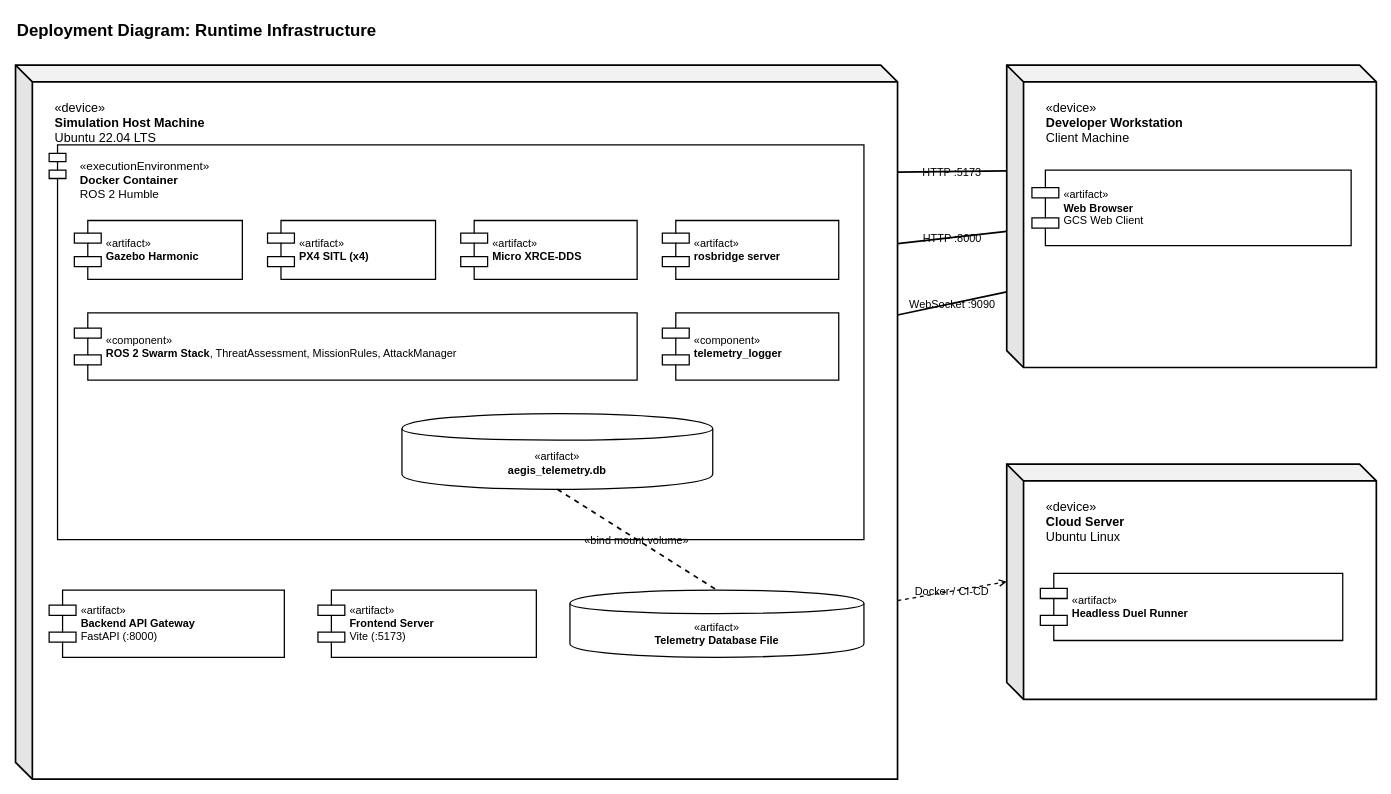
This is 15_deployment_diagram.drawio from sjd-1214/diagrams, a draw.io file, before an edit. Source tidied: cells renumbered, new cells numbered last; positions are measured from the earlier drawing's top-left corner, leaving out a move shared by most shapes. Both pictures are drawn from the tidied source at 84%, with x=0, y=0 at pixel (15, 14).
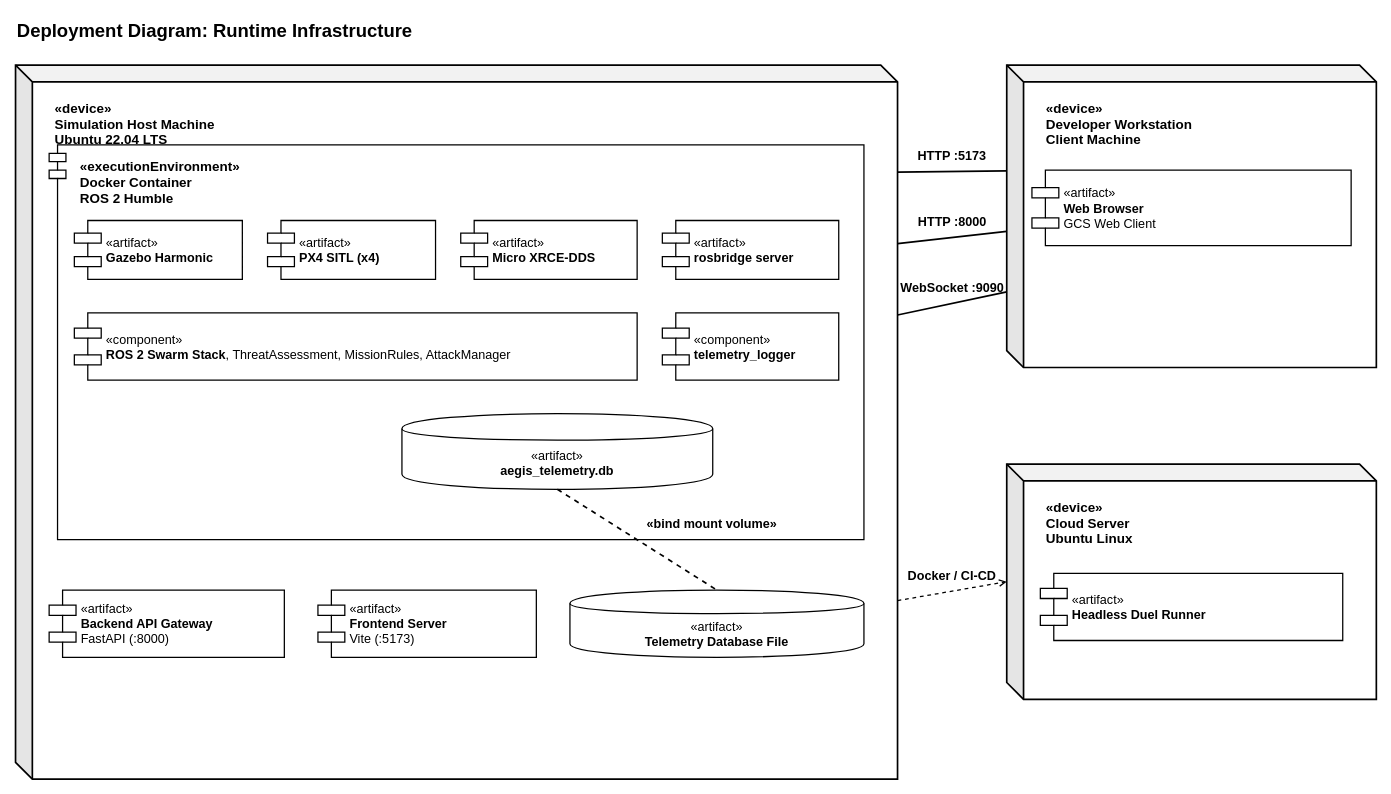
Above is the later version.

The edit, as a diff of the source:
```diff
@@
-    <mxCell id="2" value="&lt;b&gt;Deployment Diagram: Runtime Infrastructure&lt;/b&gt;" style="text;html=1;fontFamily=Helvetica;fontColor=#000000;fontSize=20;fontStyle=1;fillColor=none;" parent="1" vertex="1">
+    <mxCell id="2" value="&lt;b&gt;Deployment Diagram: Runtime Infrastructure&lt;/b&gt;" style="text;html=1;fontFamily=Helvetica;fontColor=#000000;fontSize=22;fontStyle=1;fillColor=none;" parent="1" vertex="1">
       <mxGeometry width="1400" height="35" as="geometry" />
     </mxCell>
-    <mxCell id="3" value="«device»&lt;br&gt;&lt;b&gt;Simulation Host Machine&lt;/b&gt;&lt;br&gt;Ubuntu 22.04 LTS" style="shape=cube;whiteSpace=wrap;html=1;boundedLbl=1;backgroundOutline=1;darkOpacity=0.05;darkOpacity2=0.1;size=20;fillColor=none;strokeColor=#000000;strokeWidth=2;align=left;spacingLeft=25;verticalAlign=top;spacingTop=15;fontSize=15;fontFamily=Helvetica;fontColor=#000000;" parent="1" vertex="1">
+    <mxCell id="3" value="«device»&lt;br&gt;&lt;b&gt;Simulation Host Machine&lt;/b&gt;&lt;br&gt;Ubuntu 22.04 LTS" style="shape=cube;whiteSpace=wrap;html=1;boundedLbl=1;backgroundOutline=1;darkOpacity=0.05;darkOpacity2=0.1;size=20;fillColor=none;strokeColor=#000000;strokeWidth=2;align=left;spacingLeft=25;verticalAlign=top;spacingTop=15;fontSize=16;fontFamily=Helvetica;fontColor=#000000;fontStyle=1;" parent="1" vertex="1">
       <mxGeometry y="60" width="1050" height="850" as="geometry" />
     </mxCell>
-    <mxCell id="4" value="«executionEnvironment»&lt;br&gt;&lt;b&gt;Docker Container&lt;/b&gt;&lt;br&gt;ROS 2 Humble" style="shape=module;align=left;spacingLeft=35;html=1;whiteSpace=wrap;fillColor=none;strokeColor=#000000;strokeWidth=1.5;verticalAlign=top;spacingTop=10;fontSize=14;fontFamily=Helvetica;fontColor=#000000;" parent="1" vertex="1">
+    <mxCell id="4" value="«executionEnvironment»&lt;br&gt;&lt;b&gt;Docker Container&lt;/b&gt;&lt;br&gt;ROS 2 Humble" style="shape=module;align=left;spacingLeft=35;html=1;whiteSpace=wrap;fillColor=none;strokeColor=#000000;strokeWidth=1.5;verticalAlign=top;spacingTop=10;fontSize=16;fontFamily=Helvetica;fontColor=#000000;fontStyle=1;" parent="1" vertex="1">
       <mxGeometry x="40" y="155" width="970" height="470" as="geometry" />
     </mxCell>
-    <mxCell id="5" value="«artifact»&lt;br&gt;&lt;b&gt;Gazebo Harmonic&lt;/b&gt;" style="shape=component;align=left;spacingLeft=36;html=1;fillColor=none;strokeColor=#000000;strokeWidth=1.5;fontSize=13;fontFamily=Helvetica;fontColor=#000000;" parent="1" vertex="1">
+    <mxCell id="5" value="«artifact»&lt;br&gt;&lt;b&gt;Gazebo Harmonic&lt;/b&gt;" style="shape=component;align=left;spacingLeft=36;html=1;fillColor=none;strokeColor=#000000;strokeWidth=1.5;fontSize=15;fontFamily=Helvetica;fontColor=#000000;" parent="1" vertex="1">
       <mxGeometry x="70" y="245" width="200" height="70" as="geometry" />
     </mxCell>
-    <mxCell id="6" value="«artifact»&lt;br&gt;&lt;b&gt;PX4 SITL (x4)&lt;/b&gt;" style="shape=component;align=left;spacingLeft=36;html=1;fillColor=none;strokeColor=#000000;strokeWidth=1.5;fontSize=13;fontFamily=Helvetica;fontColor=#000000;" parent="1" vertex="1">
+    <mxCell id="6" value="«artifact»&lt;br&gt;&lt;b&gt;PX4 SITL (x4)&lt;/b&gt;" style="shape=component;align=left;spacingLeft=36;html=1;fillColor=none;strokeColor=#000000;strokeWidth=1.5;fontSize=15;fontFamily=Helvetica;fontColor=#000000;" parent="1" vertex="1">
       <mxGeometry x="300" y="245" width="200" height="70" as="geometry" />
     </mxCell>
-    <mxCell id="7" value="«artifact»&lt;br&gt;&lt;b&gt;Micro XRCE-DDS&lt;/b&gt;" style="shape=component;align=left;spacingLeft=36;html=1;fillColor=none;strokeColor=#000000;strokeWidth=1.5;fontSize=13;fontFamily=Helvetica;fontColor=#000000;" parent="1" vertex="1">
+    <mxCell id="7" value="«artifact»&lt;br&gt;&lt;b&gt;Micro XRCE-DDS&lt;/b&gt;" style="shape=component;align=left;spacingLeft=36;html=1;fillColor=none;strokeColor=#000000;strokeWidth=1.5;fontSize=15;fontFamily=Helvetica;fontColor=#000000;" parent="1" vertex="1">
       <mxGeometry x="530" y="245" width="210" height="70" as="geometry" />
     </mxCell>
-    <mxCell id="8" value="«artifact»&lt;br&gt;&lt;b&gt;rosbridge server&lt;/b&gt;" style="shape=component;align=left;spacingLeft=36;html=1;fillColor=none;strokeColor=#000000;strokeWidth=1.5;fontSize=13;fontFamily=Helvetica;fontColor=#000000;" parent="1" vertex="1">
+    <mxCell id="8" value="«artifact»&lt;br&gt;&lt;b&gt;rosbridge server&lt;/b&gt;" style="shape=component;align=left;spacingLeft=36;html=1;fillColor=none;strokeColor=#000000;strokeWidth=1.5;fontSize=15;fontFamily=Helvetica;fontColor=#000000;" parent="1" vertex="1">
       <mxGeometry x="770" y="245" width="210" height="70" as="geometry" />
     </mxCell>
-    <mxCell id="9" value="«component»&lt;br&gt;&lt;b&gt;ROS 2 Swarm Stack&lt;/b&gt;, ThreatAssessment, MissionRules, AttackManager" style="shape=component;align=left;spacingLeft=36;html=1;fillColor=none;strokeColor=#000000;strokeWidth=1.5;fontSize=13;fontFamily=Helvetica;fontColor=#000000;" parent="1" vertex="1">
+    <mxCell id="9" value="«component»&lt;br&gt;&lt;b&gt;ROS 2 Swarm Stack&lt;/b&gt;, ThreatAssessment, MissionRules, AttackManager" style="shape=component;align=left;spacingLeft=36;html=1;fillColor=none;strokeColor=#000000;strokeWidth=1.5;fontSize=15;fontFamily=Helvetica;fontColor=#000000;" parent="1" vertex="1">
       <mxGeometry x="70" y="355" width="670" height="80" as="geometry" />
     </mxCell>
-    <mxCell id="10" value="«component»&lt;br&gt;&lt;b&gt;telemetry_logger&lt;/b&gt;" style="shape=component;align=left;spacingLeft=36;html=1;fillColor=none;strokeColor=#000000;strokeWidth=1.5;fontSize=13;fontFamily=Helvetica;fontColor=#000000;" parent="1" vertex="1">
+    <mxCell id="10" value="«component»&lt;br&gt;&lt;b&gt;telemetry_logger&lt;/b&gt;" style="shape=component;align=left;spacingLeft=36;html=1;fillColor=none;strokeColor=#000000;strokeWidth=1.5;fontSize=15;fontFamily=Helvetica;fontColor=#000000;" parent="1" vertex="1">
       <mxGeometry x="770" y="355" width="210" height="80" as="geometry" />
     </mxCell>
-    <mxCell id="11" value="«artifact»&lt;br&gt;&lt;b&gt;aegis_telemetry.db&lt;/b&gt;" style="shape=cylinder;whiteSpace=wrap;html=1;boundedLbl=1;backgroundOutline=1;fillColor=none;strokeColor=#000000;strokeWidth=1.5;fontSize=13;fontFamily=Helvetica;fontColor=#000000;" parent="1" vertex="1">
+    <mxCell id="11" value="«artifact»&lt;br&gt;&lt;b&gt;aegis_telemetry.db&lt;/b&gt;" style="shape=cylinder;whiteSpace=wrap;html=1;boundedLbl=1;backgroundOutline=1;fillColor=none;strokeColor=#000000;strokeWidth=1.5;fontSize=15;fontFamily=Helvetica;fontColor=#000000;" parent="1" vertex="1">
       <mxGeometry x="460" y="475" width="370" height="90" as="geometry" />
     </mxCell>
-    <mxCell id="12" value="«artifact»&lt;br&gt;&lt;b&gt;Backend API Gateway&lt;/b&gt;&lt;br&gt;FastAPI (:8000)" style="shape=component;align=left;spacingLeft=36;html=1;fillColor=none;strokeColor=#000000;strokeWidth=1.5;fontSize=13;fontFamily=Helvetica;fontColor=#000000;" parent="1" vertex="1">
+    <mxCell id="12" value="«artifact»&lt;br&gt;&lt;b&gt;Backend API Gateway&lt;/b&gt;&lt;br&gt;FastAPI (:8000)" style="shape=component;align=left;spacingLeft=36;html=1;fillColor=none;strokeColor=#000000;strokeWidth=1.5;fontSize=15;fontFamily=Helvetica;fontColor=#000000;" parent="1" vertex="1">
       <mxGeometry x="40" y="685" width="280" height="80" as="geometry" />
     </mxCell>
-    <mxCell id="13" value="«artifact»&lt;br&gt;&lt;b&gt;Frontend Server&lt;/b&gt;&lt;br&gt;Vite (:5173)" style="shape=component;align=left;spacingLeft=36;html=1;fillColor=none;strokeColor=#000000;strokeWidth=1.5;fontSize=13;fontFamily=Helvetica;fontColor=#000000;" parent="1" vertex="1">
+    <mxCell id="13" value="«artifact»&lt;br&gt;&lt;b&gt;Frontend Server&lt;/b&gt;&lt;br&gt;Vite (:5173)" style="shape=component;align=left;spacingLeft=36;html=1;fillColor=none;strokeColor=#000000;strokeWidth=1.5;fontSize=15;fontFamily=Helvetica;fontColor=#000000;" parent="1" vertex="1">
       <mxGeometry x="360" y="685" width="260" height="80" as="geometry" />
     </mxCell>
-    <mxCell id="14" value="«artifact»&lt;br&gt;&lt;b&gt;Telemetry Database File&lt;/b&gt;" style="shape=cylinder;whiteSpace=wrap;html=1;boundedLbl=1;backgroundOutline=1;fillColor=none;strokeColor=#000000;strokeWidth=1.5;fontSize=13;fontFamily=Helvetica;fontColor=#000000;" parent="1" vertex="1">
+    <mxCell id="14" value="«artifact»&lt;br&gt;&lt;b&gt;Telemetry Database File&lt;/b&gt;" style="shape=cylinder;whiteSpace=wrap;html=1;boundedLbl=1;backgroundOutline=1;fillColor=none;strokeColor=#000000;strokeWidth=1.5;fontSize=15;fontFamily=Helvetica;fontColor=#000000;" parent="1" vertex="1">
       <mxGeometry x="660" y="685" width="350" height="80" as="geometry" />
     </mxCell>
-    <mxCell id="15" value="«bind mount volume»" style="dashed=1;endArrow=none;strokeColor=#000000;strokeWidth=2;fontSize=13;fontFamily=Helvetica;fontColor=#000000;exitX=0.5;exitY=1;entryX=0.5;entryY=0;labelBackgroundColor=none;" parent="1" edge="1" source="11" target="14">
+    <mxCell id="15" value="«bind mount volume»" style="dashed=1;endArrow=none;strokeColor=#000000;strokeWidth=2;fontSize=15;fontFamily=Helvetica;fontColor=#000000;exitX=0.5;exitY=1;entryX=0.5;entryY=0;labelBackgroundColor=none;align=left;labelPosition=right;spacingLeft=10;verticalAlign=bottom;fontStyle=1;spacingBottom=8;spacingRight=10;" parent="1" edge="1" source="11" target="14">
       <mxGeometry relative="1" as="geometry" />
     </mxCell>
-    <mxCell id="16" value="«device»&lt;br&gt;&lt;b&gt;Developer Workstation&lt;/b&gt;&lt;br&gt;Client Machine" style="shape=cube;whiteSpace=wrap;html=1;boundedLbl=1;backgroundOutline=1;darkOpacity=0.05;darkOpacity2=0.1;size=20;fillColor=none;strokeColor=#000000;strokeWidth=2;align=left;spacingLeft=25;verticalAlign=top;spacingTop=15;fontSize=15;fontFamily=Helvetica;fontColor=#000000;" parent="1" vertex="1">
+    <mxCell id="16" value="«device»&lt;br&gt;&lt;b&gt;Developer Workstation&lt;/b&gt;&lt;br&gt;Client Machine" style="shape=cube;whiteSpace=wrap;html=1;boundedLbl=1;backgroundOutline=1;darkOpacity=0.05;darkOpacity2=0.1;size=20;fillColor=none;strokeColor=#000000;strokeWidth=2;align=left;spacingLeft=25;verticalAlign=top;spacingTop=15;fontSize=16;fontFamily=Helvetica;fontColor=#000000;fontStyle=1;" parent="1" vertex="1">
       <mxGeometry x="1180" y="60" width="440" height="360" as="geometry" />
     </mxCell>
-    <mxCell id="17" value="«artifact»&lt;br&gt;&lt;b&gt;Web Browser&lt;/b&gt;&lt;br&gt;GCS Web Client" style="shape=component;align=left;spacingLeft=36;html=1;fillColor=none;strokeColor=#000000;strokeWidth=1.5;fontSize=13;fontFamily=Helvetica;fontColor=#000000;" parent="1" vertex="1">
+    <mxCell id="17" value="«artifact»&lt;br&gt;&lt;b&gt;Web Browser&lt;/b&gt;&lt;br&gt;GCS Web Client" style="shape=component;align=left;spacingLeft=36;html=1;fillColor=none;strokeColor=#000000;strokeWidth=1.5;fontSize=15;fontFamily=Helvetica;fontColor=#000000;" parent="1" vertex="1">
       <mxGeometry x="1210" y="185" width="380" height="90" as="geometry" />
     </mxCell>
-    <mxCell id="18" value="HTTP :5173" style="endArrow=none;strokeColor=#000000;strokeWidth=2;fontSize=13;fontFamily=Helvetica;fontColor=#000000;exitX=0;exitY=0.35;entryX=1;entryY=0.15;labelBackgroundColor=none;" parent="1" edge="1" source="16" target="3">
+    <mxCell id="18" value="HTTP :5173" style="endArrow=none;strokeColor=#000000;strokeWidth=2;fontSize=15;fontFamily=Helvetica;fontColor=#000000;exitX=0;exitY=0.35;entryX=1;entryY=0.15;labelBackgroundColor=none;verticalAlign=bottom;spacingBottom=8;spacingLeft=10;spacingRight=10;fontStyle=1;" parent="1" edge="1" source="16" target="3">
       <mxGeometry relative="1" as="geometry" />
     </mxCell>
-    <mxCell id="19" value="HTTP :8000" style="endArrow=none;strokeColor=#000000;strokeWidth=2;fontSize=13;fontFamily=Helvetica;fontColor=#000000;exitX=0;exitY=0.55;entryX=1;entryY=0.25;labelBackgroundColor=none;" parent="1" edge="1" source="16" target="3">
+    <mxCell id="19" value="HTTP :8000" style="endArrow=none;strokeColor=#000000;strokeWidth=2;fontSize=15;fontFamily=Helvetica;fontColor=#000000;exitX=0;exitY=0.55;entryX=1;entryY=0.25;labelBackgroundColor=none;verticalAlign=bottom;spacingBottom=8;spacingLeft=10;spacingRight=10;fontStyle=1;" parent="1" edge="1" source="16" target="3">
       <mxGeometry relative="1" as="geometry" />
     </mxCell>
-    <mxCell id="20" value="WebSocket :9090" style="endArrow=none;strokeColor=#000000;strokeWidth=2;fontSize=13;fontFamily=Helvetica;fontColor=#000000;exitX=0;exitY=0.75;entryX=1;entryY=0.35;labelBackgroundColor=none;" parent="1" edge="1" source="16" target="3">
+    <mxCell id="20" value="WebSocket :9090" style="endArrow=none;strokeColor=#000000;strokeWidth=2;fontSize=15;fontFamily=Helvetica;fontColor=#000000;exitX=0;exitY=0.75;entryX=1;entryY=0.35;labelBackgroundColor=none;verticalAlign=bottom;spacingBottom=8;spacingLeft=10;spacingRight=10;fontStyle=1;" parent="1" edge="1" source="16" target="3">
       <mxGeometry relative="1" as="geometry" />
     </mxCell>
-    <mxCell id="21" value="«device»&lt;br&gt;&lt;b&gt;Cloud Server&lt;/b&gt;&lt;br&gt;Ubuntu Linux" style="shape=cube;whiteSpace=wrap;html=1;boundedLbl=1;backgroundOutline=1;darkOpacity=0.05;darkOpacity2=0.1;size=20;fillColor=none;strokeColor=#000000;strokeWidth=2;align=left;spacingLeft=25;verticalAlign=top;spacingTop=15;fontSize=15;fontFamily=Helvetica;fontColor=#000000;" parent="1" vertex="1">
+    <mxCell id="21" value="«device»&lt;br&gt;&lt;b&gt;Cloud Server&lt;/b&gt;&lt;br&gt;Ubuntu Linux" style="shape=cube;whiteSpace=wrap;html=1;boundedLbl=1;backgroundOutline=1;darkOpacity=0.05;darkOpacity2=0.1;size=20;fillColor=none;strokeColor=#000000;strokeWidth=2;align=left;spacingLeft=25;verticalAlign=top;spacingTop=15;fontSize=16;fontFamily=Helvetica;fontColor=#000000;fontStyle=1;" parent="1" vertex="1">
       <mxGeometry x="1180" y="535" width="440" height="280" as="geometry" />
     </mxCell>
-    <mxCell id="22" value="«artifact»&lt;br&gt;&lt;b&gt;Headless Duel Runner&lt;/b&gt;" style="shape=component;align=left;spacingLeft=36;html=1;fillColor=none;strokeColor=#000000;strokeWidth=1.5;fontSize=13;fontFamily=Helvetica;fontColor=#000000;" parent="1" vertex="1">
+    <mxCell id="22" value="«artifact»&lt;br&gt;&lt;b&gt;Headless Duel Runner&lt;/b&gt;" style="shape=component;align=left;spacingLeft=36;html=1;fillColor=none;strokeColor=#000000;strokeWidth=1.5;fontSize=15;fontFamily=Helvetica;fontColor=#000000;" parent="1" vertex="1">
       <mxGeometry x="1220" y="665" width="360" height="80" as="geometry" />
     </mxCell>
-    <mxCell id="23" value="Docker / CI-CD" style="dashed=1;endArrow=open;strokeColor=#000000;strokeWidth=1.5;fontSize=13;fontFamily=Helvetica;fontColor=#000000;exitX=1;exitY=0.75;entryX=0;entryY=0.5;labelBackgroundColor=none;" parent="1" edge="1" source="3" target="21">
+    <mxCell id="23" value="Docker / CI-CD" style="dashed=1;endArrow=open;strokeColor=#000000;strokeWidth=1.5;fontSize=15;fontFamily=Helvetica;fontColor=#000000;exitX=1;exitY=0.75;entryX=0;entryY=0.5;labelBackgroundColor=none;verticalAlign=bottom;spacingBottom=8;spacingLeft=10;spacingRight=10;fontStyle=1;" parent="1" edge="1" source="3" target="21">
       <mxGeometry relative="1" as="geometry" />
     </mxCell>
```
